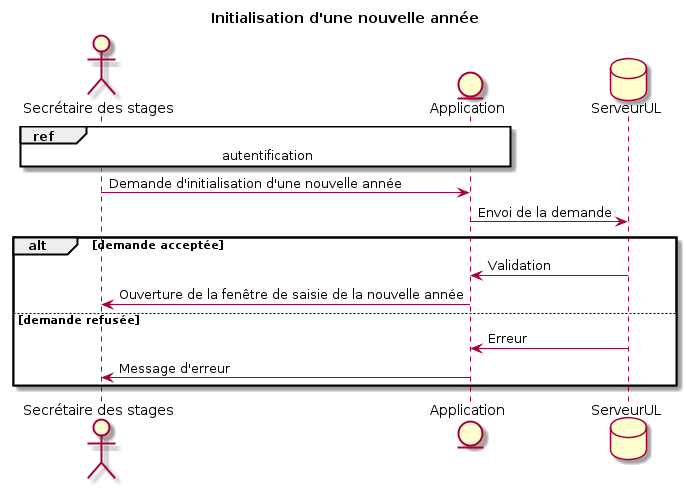
This is plantuml/initialisation nouvelle année.png from AOSauron/Conception-UML, a PlantUML export, as it was before one commit. The source it was exported from:
```plantuml
@startuml

title Initialisation d'une nouvelle année

actor "Secrétaire des stages"
entity Application
database ServeurUL

ref over "Secrétaire des stages", Application : autentification

"Secrétaire des stages" -> Application : Demande d'initialisation d'une nouvelle année
Application -> ServeurUL : Envoi de la demande

alt demande acceptée
	ServeurUL -> Application : Validation
	Application -> "Secrétaire des stages" : Ouverture de la fenêtre de saisie de la nouvelle année
else demande refusée
	ServeurUL -> Application : Erreur
	Application -> "Secrétaire des stages" : Message d'erreur
end

@enduml
```
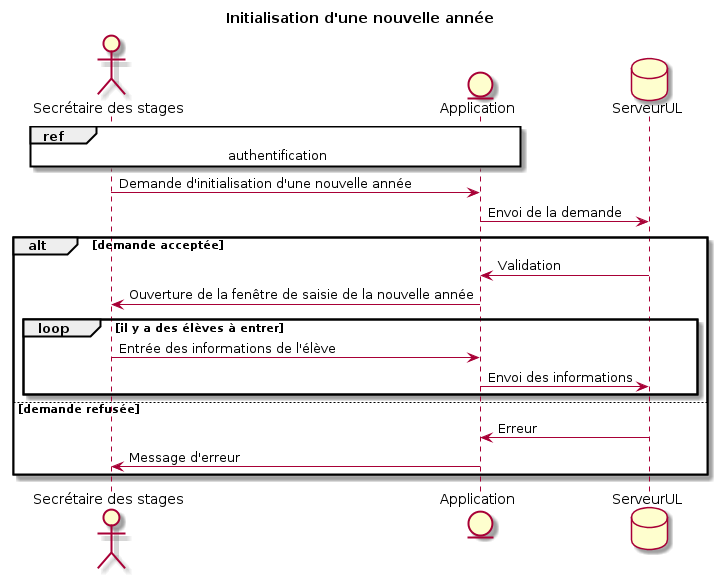
Later version of the same file.

Change to the diagram source:
```diff
@@ -6,7 +6,7 @@
 entity Application
 database ServeurUL
 
-ref over "Secrétaire des stages", Application : autentification
+ref over "Secrétaire des stages", Application : authentification
 
 "Secrétaire des stages" -> Application : Demande d'initialisation d'une nouvelle année
 Application -> ServeurUL : Envoi de la demande
@@ -14,6 +14,10 @@
 alt demande acceptée
 	ServeurUL -> Application : Validation
 	Application -> "Secrétaire des stages" : Ouverture de la fenêtre de saisie de la nouvelle année
+	loop il y a des élèves à entrer
+		"Secrétaire des stages" -> Application : Entrée des informations de l'élève
+		Application -> ServeurUL : Envoi des informations
+	end
 else demande refusée
 	ServeurUL -> Application : Erreur
 	Application -> "Secrétaire des stages" : Message d'erreur
```
